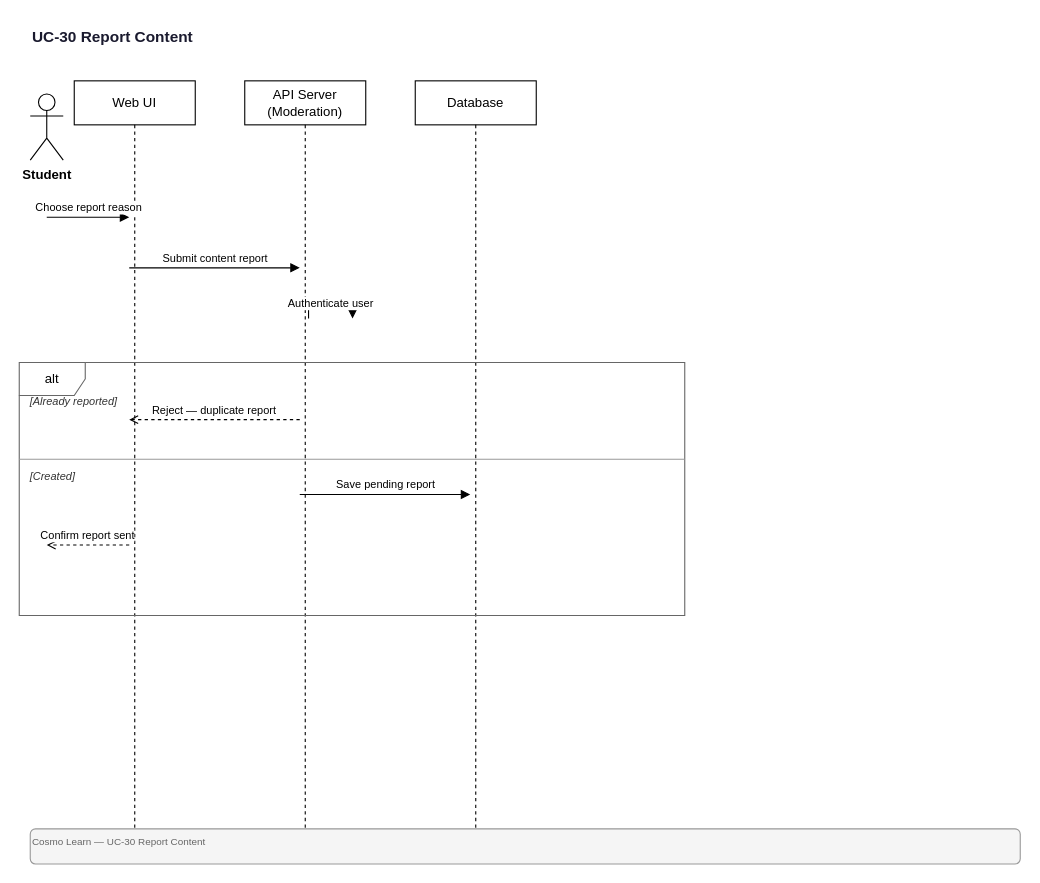
The draw.io diagram docs/diagrams/sequence/UC-30-Report-Content.drawio in quangg1/ASTRO_EDU, before the edit. Source tidied: cells renumbered, new cells numbered last; positions are measured from the earlier drawing's top-left corner, leaving out a move shared by most shapes. Both pictures are drawn from the tidied source at 110%, with x=0, y=0 at pixel (19, 19).
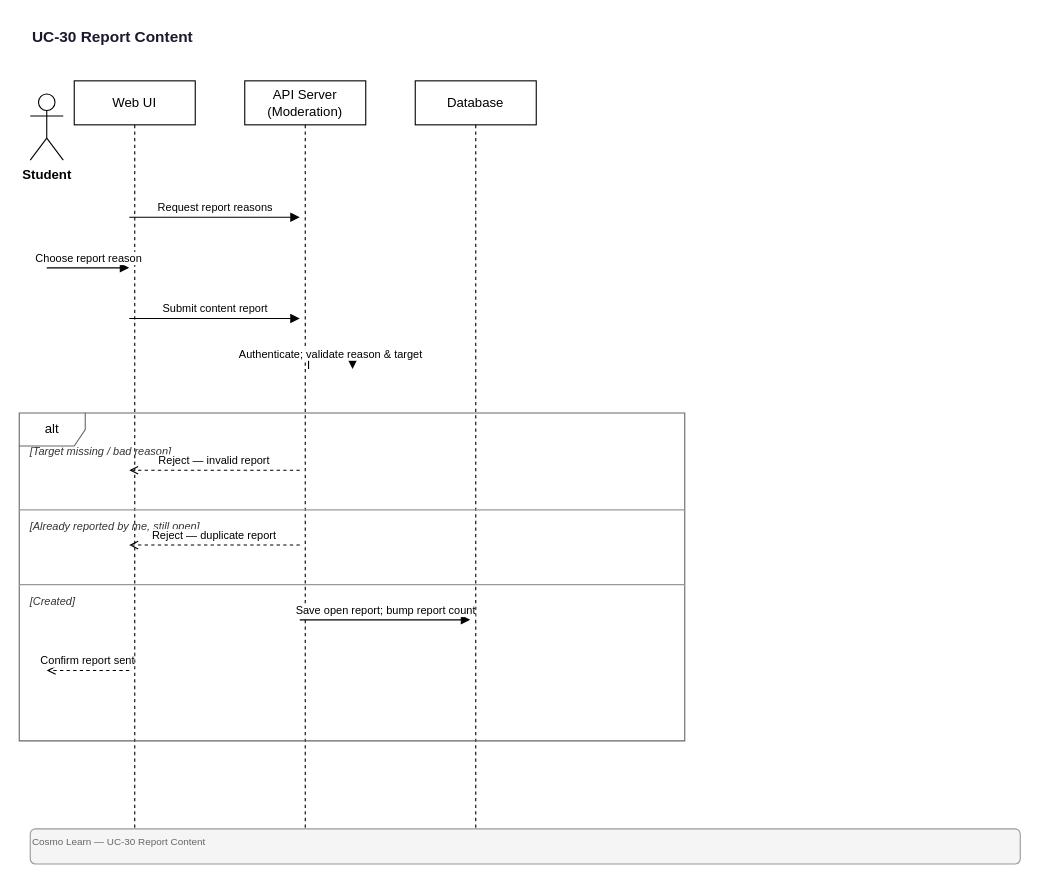
The same diagram, later.

The edit, as a diff of the source:
```diff
@@
-    <mxCell id="7" value="Choose report reason" style="endArrow=block;endFill=1;html=1;fontSize=10;verticalAlign=bottom;" parent="1" edge="1">
+    <mxCell id="7" value="Request report reasons" style="endArrow=block;endFill=1;html=1;fontSize=10;verticalAlign=bottom;" parent="1" edge="1">
       <mxGeometry relative="1" as="geometry">
-        <mxPoint x="25" y="180" as="sourcePoint" />
-        <mxPoint x="100" y="180" as="targetPoint" />
+        <mxPoint x="100" y="180" as="sourcePoint" />
+        <mxPoint x="255" y="180" as="targetPoint" />
       </mxGeometry>
     </mxCell>
-    <mxCell id="8" value="Submit content report" style="endArrow=block;endFill=1;html=1;fontSize=10;verticalAlign=bottom;" parent="1" edge="1">
+    <mxCell id="8" value="Choose report reason" style="endArrow=block;endFill=1;html=1;fontSize=10;verticalAlign=bottom;" parent="1" edge="1">
       <mxGeometry relative="1" as="geometry">
-        <mxPoint x="100" y="226" as="sourcePoint" />
-        <mxPoint x="255" y="226" as="targetPoint" />
+        <mxPoint x="25" y="226" as="sourcePoint" />
+        <mxPoint x="100" y="226" as="targetPoint" />
       </mxGeometry>
     </mxCell>
-    <mxCell id="9" value="Authenticate user" style="endArrow=block;endFill=1;html=1;fontSize=10;edgeStyle=orthogonalEdgeStyle;rounded=0;" parent="1" edge="1">
+    <mxCell id="9" value="Submit content report" style="endArrow=block;endFill=1;html=1;fontSize=10;verticalAlign=bottom;" parent="1" edge="1">
       <mxGeometry relative="1" as="geometry">
-        <mxPoint x="263" y="272" as="sourcePoint" />
-        <mxPoint x="303" y="272" as="targetPoint" />
-        <Array as="points">
-          <mxPoint x="303" y="258" />
-          <mxPoint x="263" y="258" />
-        </Array>
+        <mxPoint x="100" y="272" as="sourcePoint" />
+        <mxPoint x="255" y="272" as="targetPoint" />
       </mxGeometry>
     </mxCell>
-    <mxCell id="10" value="alt" style="shape=umlFrame;whiteSpace=wrap;html=1;fillColor=none;strokeColor=#666666;" parent="1" vertex="1">
-      <mxGeometry y="312" width="605" height="230" as="geometry" />
+    <mxCell id="10" value="Authenticate; validate reason &amp; target" style="endArrow=block;endFill=1;html=1;fontSize=10;edgeStyle=orthogonalEdgeStyle;rounded=0;" parent="1" edge="1">
+      <mxGeometry relative="1" as="geometry">
+        <mxPoint x="263" y="318" as="sourcePoint" />
+        <mxPoint x="303" y="318" as="targetPoint" />
+        <Array as="points">
+          <mxPoint x="303" y="304" />
+          <mxPoint x="263" y="304" />
+        </Array>
+      </mxGeometry>
     </mxCell>
-    <mxCell id="11" value="[Already reported]" style="text;html=1;strokeColor=none;fillColor=none;align=left;verticalAlign=middle;fontSize=10;fontStyle=2;fontColor=#333333;" parent="1" vertex="1">
-      <mxGeometry x="8" y="338" width="589" height="18" as="geometry" />
+    <mxCell id="11" value="alt" style="shape=umlFrame;whiteSpace=wrap;html=1;fillColor=none;strokeColor=#666666;" parent="1" vertex="1">
+      <mxGeometry y="358" width="605" height="298" as="geometry" />
     </mxCell>
-    <mxCell id="12" value="Reject — duplicate report" style="endArrow=open;endFill=0;html=1;dashed=1;fontSize=10;verticalAlign=bottom;" parent="1" edge="1">
-      <mxGeometry relative="1" as="geometry">
-        <mxPoint x="255" y="364" as="sourcePoint" />
-        <mxPoint x="100" y="364" as="targetPoint" />
-      </mxGeometry>
+    <mxCell id="12" value="[Target missing / bad reason]" style="text;html=1;strokeColor=none;fillColor=none;align=left;verticalAlign=middle;fontSize=10;fontStyle=2;fontColor=#333333;" parent="1" vertex="1">
+      <mxGeometry x="8" y="384" width="589" height="18" as="geometry" />
     </mxCell>
-    <mxCell id="13" value="[Created]" style="text;html=1;strokeColor=none;fillColor=none;align=left;verticalAlign=middle;fontSize=10;fontStyle=2;fontColor=#333333;" parent="1" vertex="1">
-      <mxGeometry x="8" y="406" width="589" height="18" as="geometry" />
+    <mxCell id="13" value="Reject — invalid report" style="endArrow=open;endFill=0;html=1;dashed=1;fontSize=10;verticalAlign=bottom;" parent="1" edge="1">
+      <mxGeometry relative="1" as="geometry">
+        <mxPoint x="255" y="410" as="sourcePoint" />
+        <mxPoint x="100" y="410" as="targetPoint" />
+      </mxGeometry>
     </mxCell>
-    <mxCell id="14" style="endArrow=none;html=1;strokeWidth=1;strokeColor=#999999;" parent="1" edge="1">
-      <mxGeometry relative="1" as="geometry">
-        <mxPoint y="400" as="sourcePoint" />
-        <mxPoint x="605" y="400" as="targetPoint" />
-      </mxGeometry>
+    <mxCell id="14" value="[Already reported by me, still open]" style="text;html=1;strokeColor=none;fillColor=none;align=left;verticalAlign=middle;fontSize=10;fontStyle=2;fontColor=#333333;" parent="1" vertex="1">
+      <mxGeometry x="8" y="452" width="589" height="18" as="geometry" />
     </mxCell>
-    <mxCell id="15" value="Save pending report" style="endArrow=block;endFill=1;html=1;fontSize=10;verticalAlign=bottom;" parent="1" edge="1">
+    <mxCell id="15" style="endArrow=none;html=1;strokeWidth=1;strokeColor=#999999;" parent="1" edge="1">
       <mxGeometry relative="1" as="geometry">
-        <mxPoint x="255" y="432" as="sourcePoint" />
-        <mxPoint x="410" y="432" as="targetPoint" />
+        <mxPoint y="446" as="sourcePoint" />
+        <mxPoint x="605" y="446" as="targetPoint" />
       </mxGeometry>
     </mxCell>
-    <mxCell id="16" value="Confirm report sent" style="endArrow=open;endFill=0;html=1;dashed=1;fontSize=10;verticalAlign=bottom;" parent="1" edge="1">
+    <mxCell id="16" value="Reject — duplicate report" style="endArrow=open;endFill=0;html=1;dashed=1;fontSize=10;verticalAlign=bottom;" parent="1" edge="1">
       <mxGeometry relative="1" as="geometry">
-        <mxPoint x="100" y="478" as="sourcePoint" />
-        <mxPoint x="25" y="478" as="targetPoint" />
+        <mxPoint x="255" y="478" as="sourcePoint" />
+        <mxPoint x="100" y="478" as="targetPoint" />
       </mxGeometry>
     </mxCell>
-    <mxCell id="17" value="Cosmo Learn — UC-30 Report Content" style="text;html=1;strokeColor=#999;fillColor=#f5f5f5;align=left;verticalAlign=top;fontSize=9;fontColor=#666;rounded=1;" parent="1" vertex="1">
-      <mxGeometry x="10" y="736" width="900" height="32" as="geometry" />
+    <mxCell id="17" value="[Created]" style="text;html=1;strokeColor=none;fillColor=none;align=left;verticalAlign=middle;fontSize=10;fontStyle=2;fontColor=#333333;" parent="1" vertex="1">
+      <mxGeometry x="8" y="520" width="589" height="18" as="geometry" />
     </mxCell>
+    <mxCell id="18" style="endArrow=none;html=1;strokeWidth=1;strokeColor=#999999;" parent="1" edge="1">
+      <mxGeometry relative="1" as="geometry">
+        <mxPoint y="514" as="sourcePoint" />
+        <mxPoint x="605" y="514" as="targetPoint" />
+      </mxGeometry>
+    </mxCell>
+    <mxCell id="19" value="Save open report; bump report count" style="endArrow=block;endFill=1;html=1;fontSize=10;verticalAlign=bottom;" parent="1" edge="1">
+      <mxGeometry relative="1" as="geometry">
+        <mxPoint x="255" y="546" as="sourcePoint" />
+        <mxPoint x="410" y="546" as="targetPoint" />
+      </mxGeometry>
+    </mxCell>
+    <mxCell id="20" value="Confirm report sent" style="endArrow=open;endFill=0;html=1;dashed=1;fontSize=10;verticalAlign=bottom;" parent="1" edge="1">
+      <mxGeometry relative="1" as="geometry">
+        <mxPoint x="100" y="592" as="sourcePoint" />
+        <mxPoint x="25" y="592" as="targetPoint" />
+      </mxGeometry>
+    </mxCell>
+    <mxCell id="21" value="Cosmo Learn — UC-30 Report Content" style="text;html=1;strokeColor=#999;fillColor=#f5f5f5;align=left;verticalAlign=top;fontSize=9;fontColor=#666;rounded=1;" parent="1" vertex="1">
+      <mxGeometry x="10" y="736" width="900" height="32" as="geometry" />
+    </mxCell>
```
